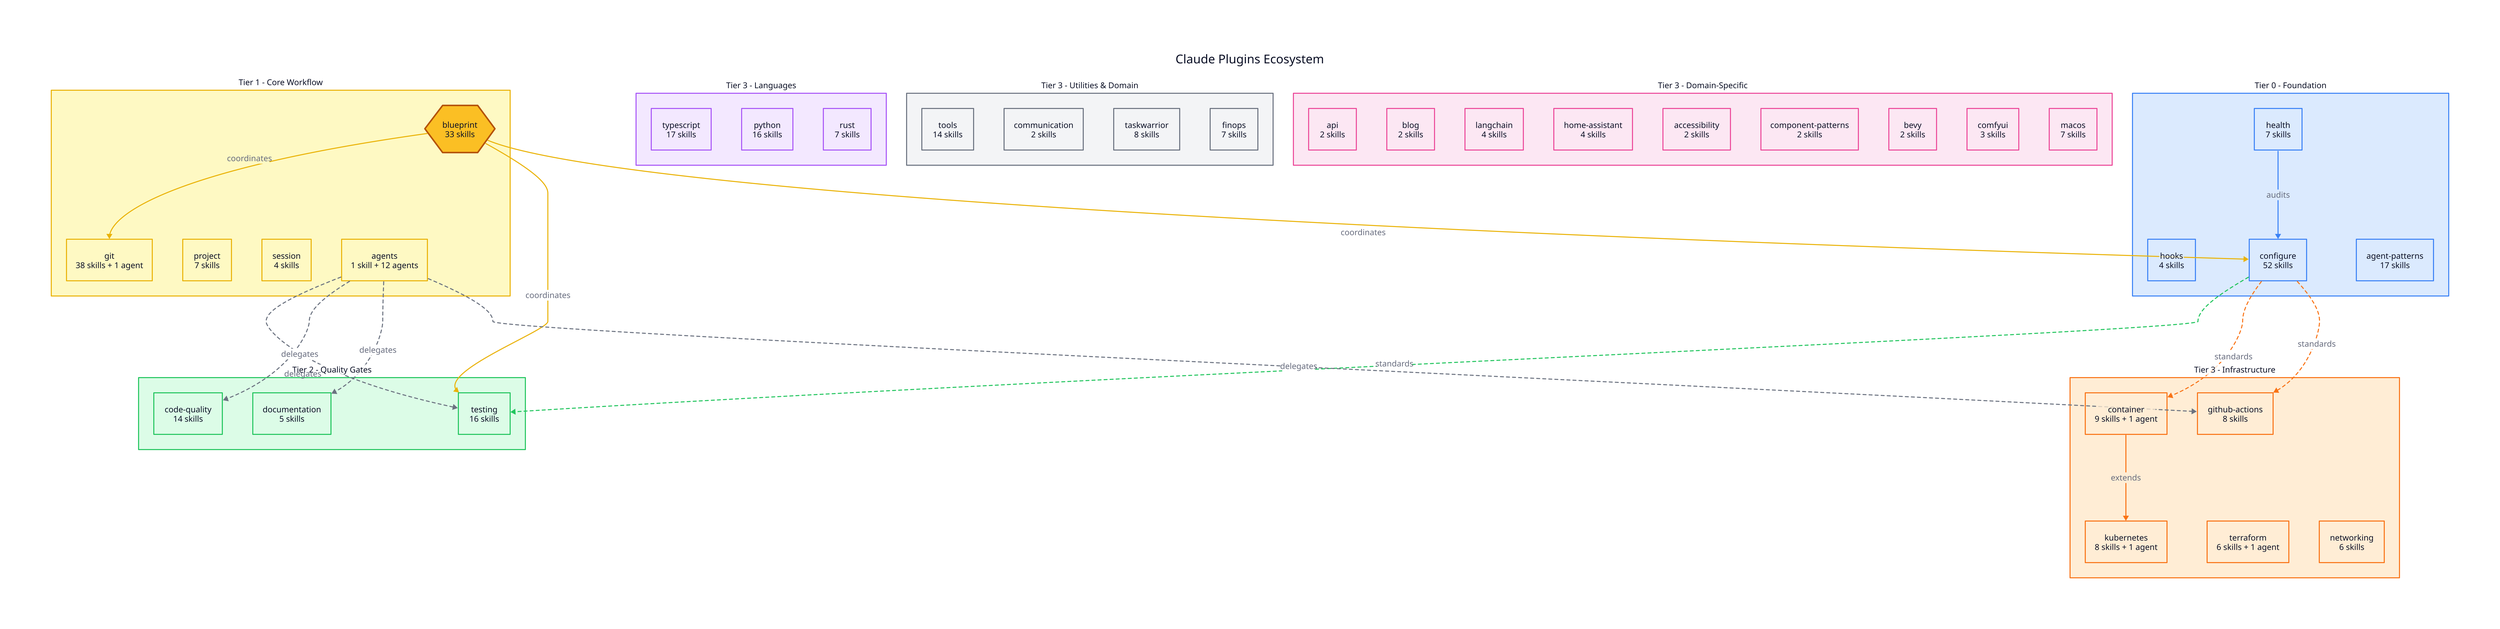
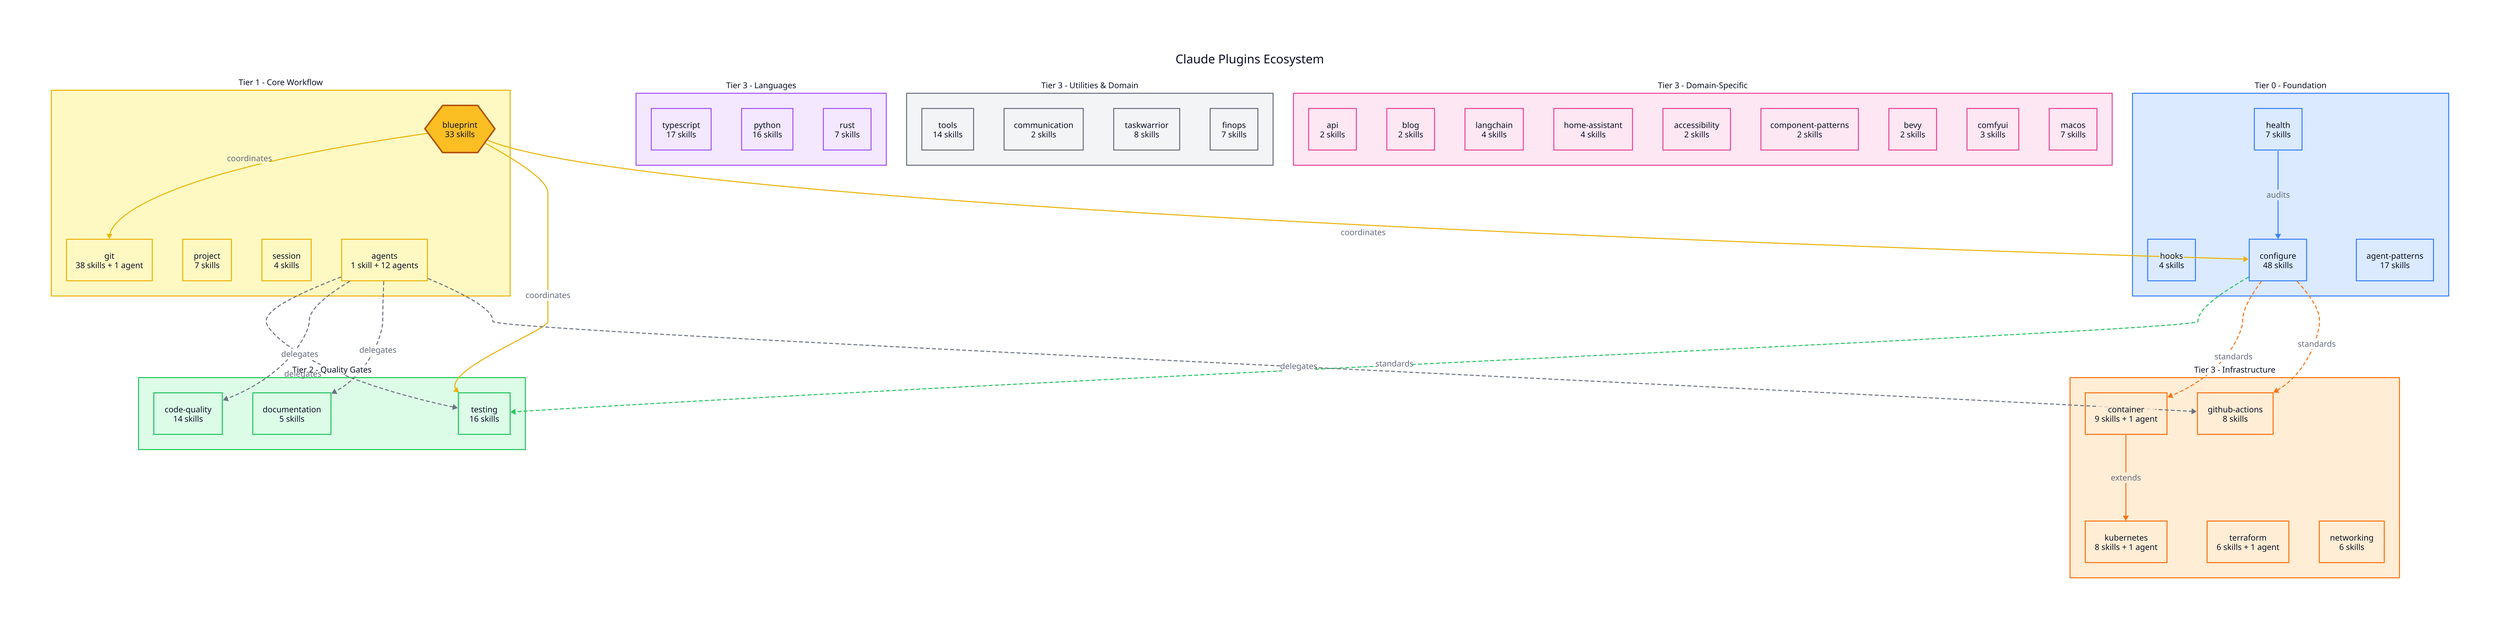
direction: down

title: "Claude Plugins Ecosystem" {
  near: top-center
  shape: text
  style: {
    font-size: 24
    bold: true
  }
}

# === CLASSES ===
classes: {
  foundation: {
    style.fill: "#dbeafe"
    style.stroke: "#3b82f6"
  }
  core: {
    style.fill: "#fef9c3"
    style.stroke: "#eab308"
  }
  quality: {
    style.fill: "#dcfce7"
    style.stroke: "#22c55e"
  }
  language: {
    style.fill: "#f3e8ff"
    style.stroke: "#a855f7"
  }
  infra: {
    style.fill: "#ffedd5"
    style.stroke: "#f97316"
  }
  utility: {
    style.fill: "#f3f4f6"
    style.stroke: "#6b7280"
  }
  domain: {
    style.fill: "#fce7f3"
    style.stroke: "#ec4899"
  }
}

# === TIER 0: FOUNDATION ===
foundation: {
  label: "Tier 0 - Foundation"
  class: foundation
  style.font-size: 16
  style.bold: true

  health: {
    label: "health\n7 skills"
    shape: rectangle
    class: foundation
  }
  hooks: {
    label: "hooks\n4 skills"
    shape: rectangle
    class: foundation
  }
  configure: {
-     label: "configure\n52 skills"
+     label: "configure\n48 skills"
    shape: rectangle
    class: foundation
  }
  agent-patterns: {
    label: "agent-patterns\n17 skills"
    shape: rectangle
    class: foundation
  }
}

# === TIER 1: CORE WORKFLOW ===
core: {
  label: "Tier 1 - Core Workflow"
  class: core
  style.font-size: 16
  style.bold: true

  blueprint: {
    label: "blueprint\n33 skills"
    shape: hexagon
    style.fill: "#fbbf24"
    style.stroke: "#b45309"
    style.stroke-width: 3
  }
  git: {
    label: "git\n38 skills + 1 agent"
    shape: rectangle
    class: core
  }
  project: {
    label: "project\n7 skills"
    shape: rectangle
    class: core
  }
  session: {
    label: "session\n4 skills"
    shape: rectangle
    class: core
  }
  agents: {
    label: "agents\n1 skill + 12 agents"
    shape: rectangle
    class: core
  }
}

# === TIER 2: QUALITY GATES ===
quality: {
  label: "Tier 2 - Quality Gates"
  class: quality
  style.font-size: 16
  style.bold: true

  testing: {
    label: "testing\n16 skills"
    shape: rectangle
    class: quality
  }
  code-quality: {
    label: "code-quality\n14 skills"
    shape: rectangle
    class: quality
  }
  documentation: {
    label: "documentation\n5 skills"
    shape: rectangle
    class: quality
  }
}

# === TIER 3: LANGUAGE ===
language: {
  label: "Tier 3 - Languages"
  class: language
  style.font-size: 16
  style.bold: true

  typescript: {
    label: "typescript\n17 skills"
    shape: rectangle
    class: language
  }
  python: {
    label: "python\n16 skills"
    shape: rectangle
    class: language
  }
  rust: {
    label: "rust\n7 skills"
    shape: rectangle
    class: language
  }
}

# === TIER 3: INFRASTRUCTURE ===
infra: {
  label: "Tier 3 - Infrastructure"
  class: infra
  style.font-size: 16
  style.bold: true

  container: {
    label: "container\n9 skills + 1 agent"
    shape: rectangle
    class: infra
  }
  kubernetes: {
    label: "kubernetes\n8 skills + 1 agent"
    shape: rectangle
    class: infra
  }
  terraform: {
    label: "terraform\n6 skills + 1 agent"
    shape: rectangle
    class: infra
  }
  github-actions: {
    label: "github-actions\n8 skills"
    shape: rectangle
    class: infra
  }
  networking: {
    label: "networking\n6 skills"
    shape: rectangle
    class: infra
  }
}

# === TIER 3: UTILITIES & DOMAIN ===
utilities: {
  label: "Tier 3 - Utilities & Domain"
  class: utility
  style.font-size: 16
  style.bold: true

  tools: {
    label: "tools\n14 skills"
    shape: rectangle
    class: utility
  }
  communication: {
    label: "communication\n2 skills"
    shape: rectangle
    class: utility
  }
  taskwarrior: {
    label: "taskwarrior\n8 skills"
    shape: rectangle
    class: utility
  }
  finops: {
    label: "finops\n7 skills"
    shape: rectangle
    class: utility
  }
}

domain: {
  label: "Tier 3 - Domain-Specific"
  class: domain
  style.font-size: 16
  style.bold: true

  api: {
    label: "api\n2 skills"
    shape: rectangle
    class: domain
  }
  blog: {
    label: "blog\n2 skills"
    shape: rectangle
    class: domain
  }
  langchain: {
    label: "langchain\n4 skills"
    shape: rectangle
    class: domain
  }
  home-assistant: {
    label: "home-assistant\n4 skills"
    shape: rectangle
    class: domain
  }
  accessibility: {
    label: "accessibility\n2 skills"
    shape: rectangle
    class: domain
  }
  component-patterns: {
    label: "component-patterns\n2 skills"
    shape: rectangle
    class: domain
  }
  bevy: {
    label: "bevy\n2 skills"
    shape: rectangle
    class: domain
  }
  comfyui: {
    label: "comfyui\n3 skills"
    shape: rectangle
    class: domain
  }
  macos: {
    label: "macos\n7 skills"
    shape: rectangle
    class: domain
  }
}

# === RELATIONSHIPS ===

# Foundation flows
foundation.health -> foundation.configure: "audits" {
  style.stroke: "#3b82f6"
}

# Configure provides standards for
foundation.configure -> quality.testing: "standards" {
  style.stroke: "#22c55e"
  style.stroke-dash: 3
}
foundation.configure -> infra.container: "standards" {
  style.stroke: "#f97316"
  style.stroke-dash: 3
}
foundation.configure -> infra.github-actions: "standards" {
  style.stroke: "#f97316"
  style.stroke-dash: 3
}

# Blueprint coordinates
core.blueprint -> core.git: "coordinates" {
  style.stroke: "#eab308"
}
core.blueprint -> quality.testing: "coordinates" {
  style.stroke: "#eab308"
}
core.blueprint -> foundation.configure: "coordinates" {
  style.stroke: "#eab308"
}

# Agents delegate to
core.agents -> quality.testing: "delegates" {
  style.stroke: "#6b7280"
  style.stroke-dash: 3
}
core.agents -> quality.code-quality: "delegates" {
  style.stroke: "#6b7280"
  style.stroke-dash: 3
}
core.agents -> quality.documentation: "delegates" {
  style.stroke: "#6b7280"
  style.stroke-dash: 3
}
core.agents -> infra.github-actions: "delegates" {
  style.stroke: "#6b7280"
  style.stroke-dash: 3
}

# Infrastructure extends
infra.container -> infra.kubernetes: "extends" {
  style.stroke: "#f97316"
}
